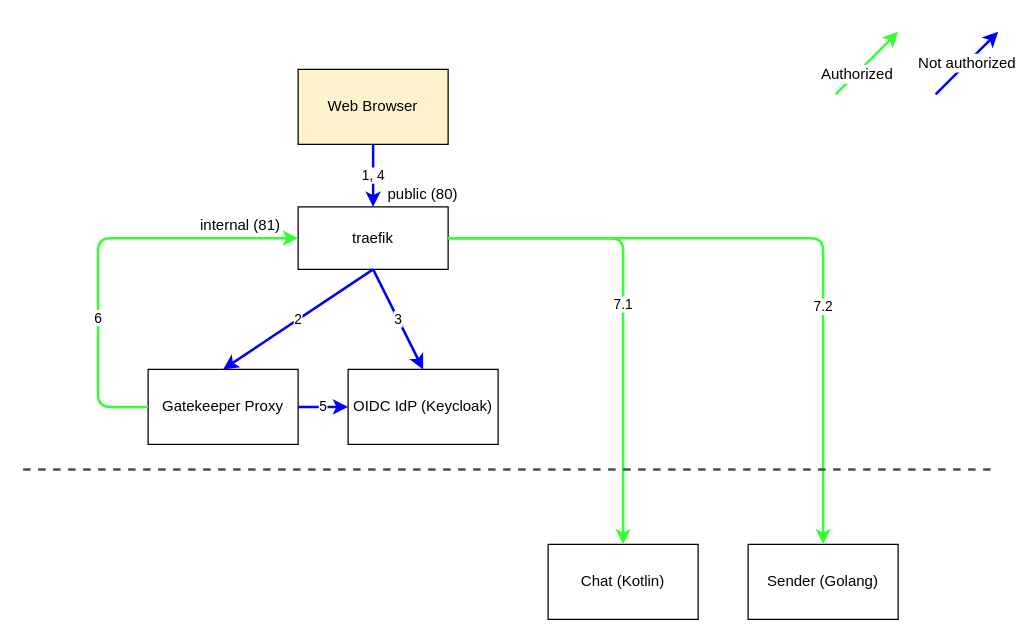
Before: .markdown/auth.drawio in nkonev/microservices-example, a draw.io diagram. Source tidied: cells renumbered, new cells numbered last; positions are measured from the earlier drawing's top-left corner, leaving out a move shared by most shapes. Both pictures are drawn from the tidied source at 125%, with x=0, y=0 at pixel (22, 31).
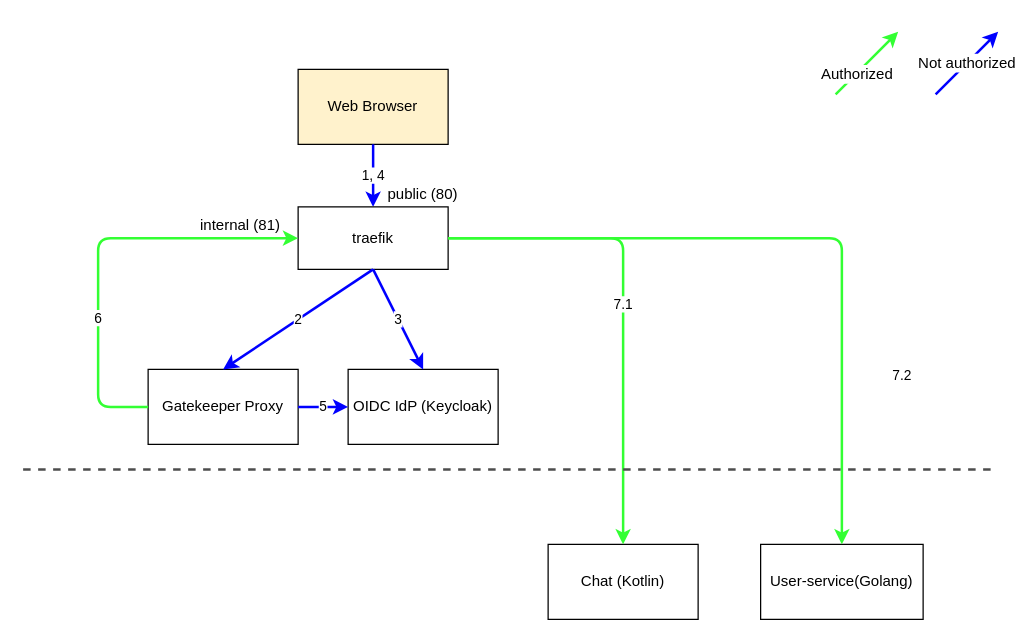
Above is the later version.

The change refers to these unchanged cells:
```xml
<mxCell id="8" value="traefik" style="rounded=0;whiteSpace=wrap;html=1;fillColor=#FFFFFF;" parent="1" vertex="1">
  <mxGeometry x="220" y="140" width="120" height="50" as="geometry" />
</mxCell>
```

What changed in the source:
```diff
@@
-    <mxCell id="6" value="Sender (Golang)" style="rounded=0;whiteSpace=wrap;html=1;fillColor=#FFFFFF;" parent="1" vertex="1">
-      <mxGeometry x="580" y="410" width="120" height="60" as="geometry" />
+    <mxCell id="6" value="&lt;div&gt;User-service(Golang)&lt;/div&gt;" style="rounded=0;whiteSpace=wrap;html=1;fillColor=#FFFFFF;" parent="1" vertex="1">
+      <mxGeometry x="590" y="410" width="130" height="60" as="geometry" />
     </mxCell>
@@
     <mxCell id="16" value="7.2" style="endArrow=classic;html=1;strokeColor=#33FF33;strokeWidth=2;exitX=1;exitY=0.5;exitDx=0;exitDy=0;entryX=0.5;entryY=0;entryDx=0;entryDy=0;" parent="1" edge="1" source="8" target="6">
       <mxGeometry x="0.1" y="-55" relative="1" as="geometry">
         <Array as="points">
-          <mxPoint x="640" y="165" />
+          <mxPoint x="655" y="165" />
         </Array>
         <mxPoint x="55" y="55" as="offset" />
       </mxGeometry>
     </mxCell>
```
